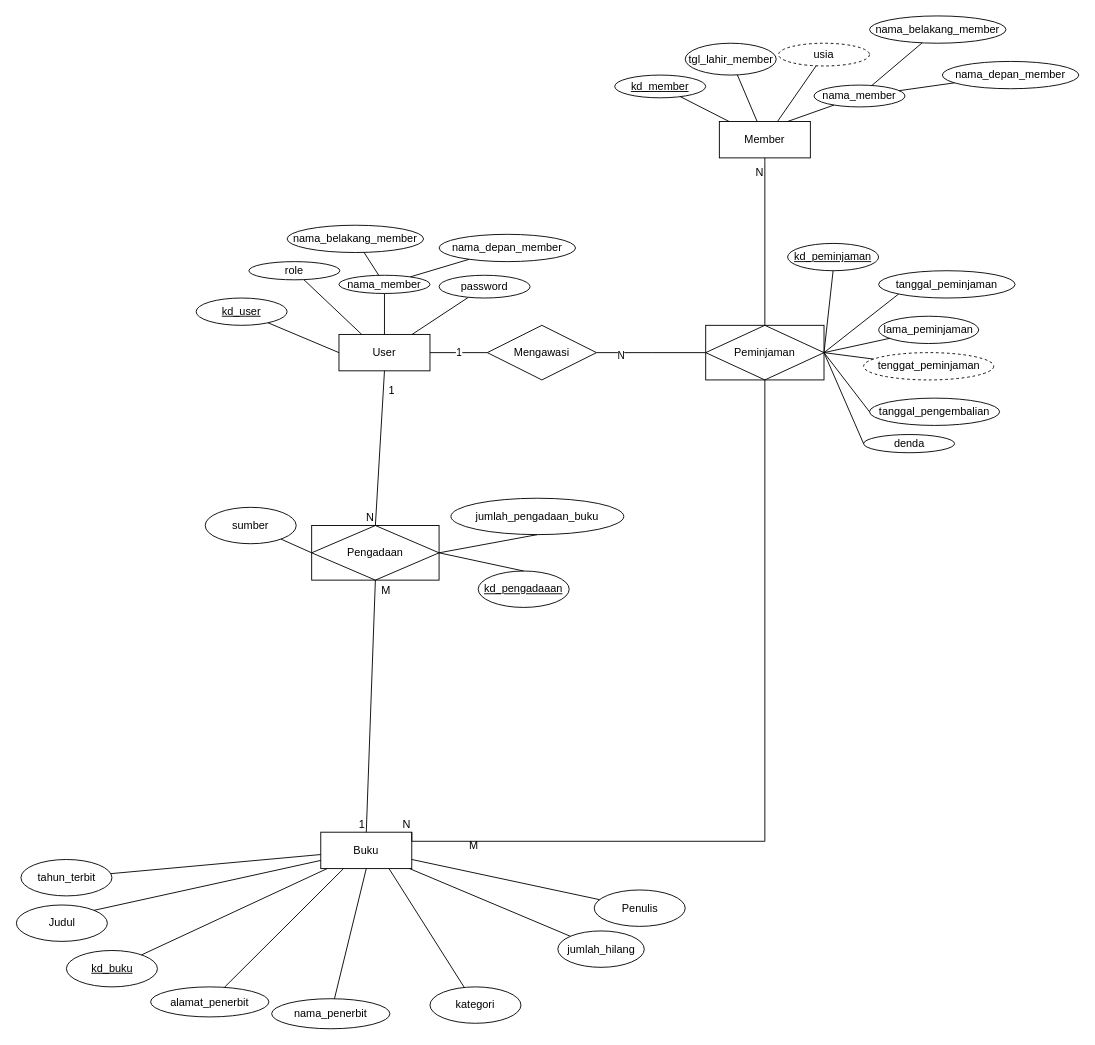
Earlier version of the draw.io diagram page "ERD" (1 of 3) of design/Design.drawio (gitar14/qt-books-quick). Source tidied: cells renumbered, new cells numbered last; positions are measured from the earlier drawing's top-left corner, leaving out a move shared by most shapes. Both pictures are drawn from the tidied source at 91%, with x=0, y=0 at pixel (15, 15).
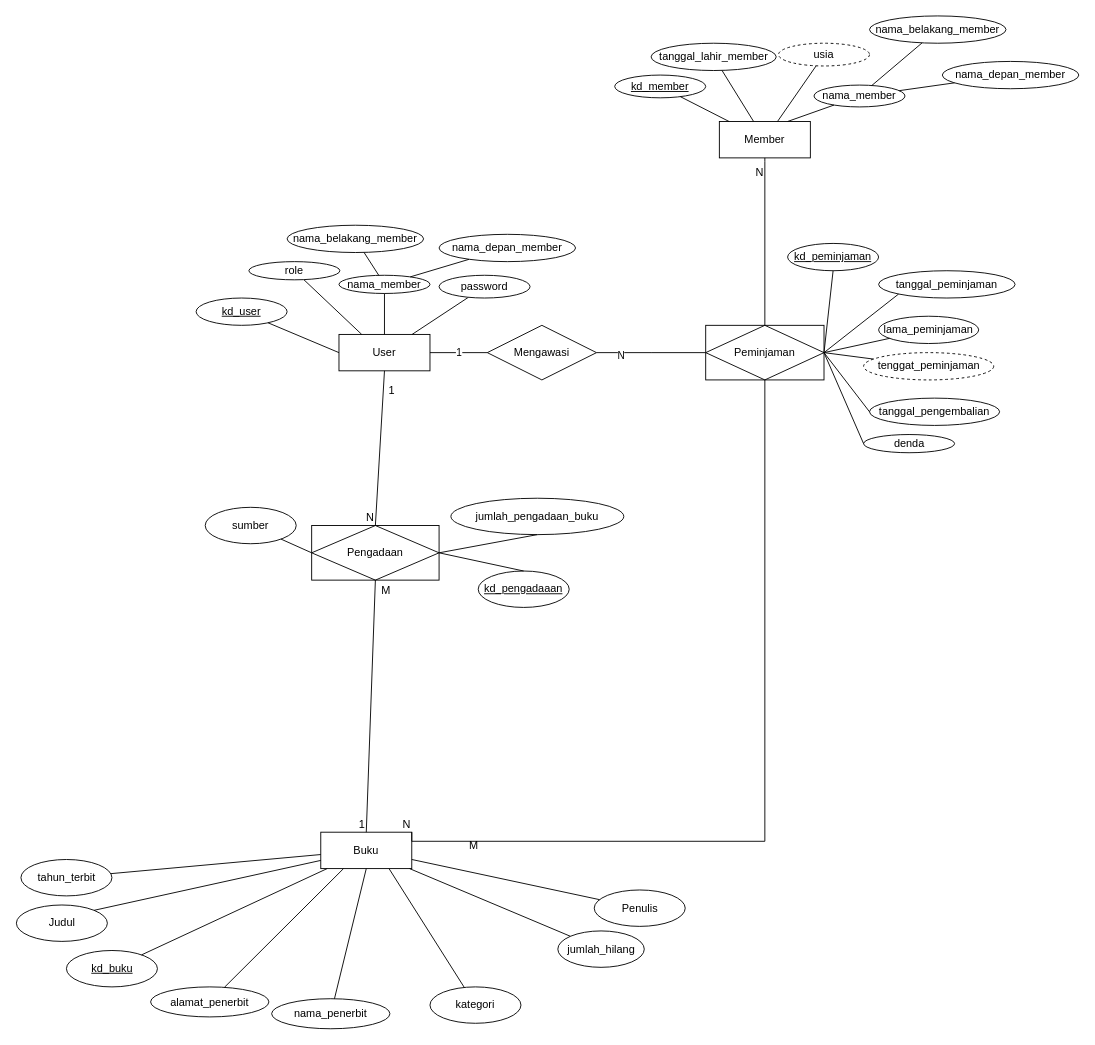
After the change.

What changed in the source:
```diff
@@
-    <mxCell id="19" value="tgl_lahir_member" style="ellipse;whiteSpace=wrap;html=1;align=center;" parent="1" vertex="1">
-      <mxGeometry x="735.5" y="30" width="100" height="35" as="geometry" />
+    <mxCell id="19" value="tanggal_lahir_member" style="ellipse;whiteSpace=wrap;html=1;align=center;" parent="1" vertex="1">
+      <mxGeometry x="698" y="30" width="137.5" height="30" as="geometry" />
     </mxCell>
```
